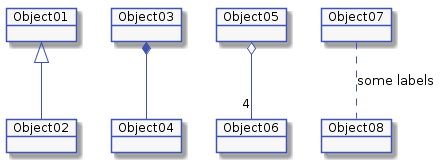
Before: docs/diagrams/out/arch-05.png, a diagram exported from PlantUML (Internet-Handel/postman). Its diagram source:
```plantuml
@startuml



skinparam activity {
    BorderColor #4053AF
    ArrowColor #4053AF
    FontName Roboto
    BackgroundColor #F7F7F7
    StartColor #4053AF
    EndColor #4053AF
}

skinparam activityDiamond {
    BorderColor #4053AF
    ArrowColor #4053AF
    FontName Roboto
    BackgroundColor #F7F7F7
}

skinparam actor {
    BorderColor #4053AF
    ArrowColor #4053AF
    FontName Roboto
    BackgroundColor #F7F7F7
}

skinparam useCase {
    BorderColor #4053AF
    ArrowColor #4053AF
    FontName Roboto
    BackgroundColor #F7F7F7
}

skinparam state {
    BorderColor #4053AF
    ArrowColor #4053AF
    FontName Roboto
    BackgroundColor #F7F7F7
}

skinparam sequence {
    ParticipantBorderColor #4053AF
    ParticipantBackgroundColor #F7F7F7
}

skinparam note {
    BorderColor #4053AF
    BackgroundColor #F7F7F7
}

skinparam object {
    BorderColor #4053AF
    BackgroundColor #F7F7F7
}


object Object01
object Object02
object Object03
object Object04
object Object05
object Object06
object Object07
object Object08

Object01 <|-- Object02
Object03 *-- Object04
Object05 o-- "4" Object06
Object07 .. Object08 : some labels
@enduml
```
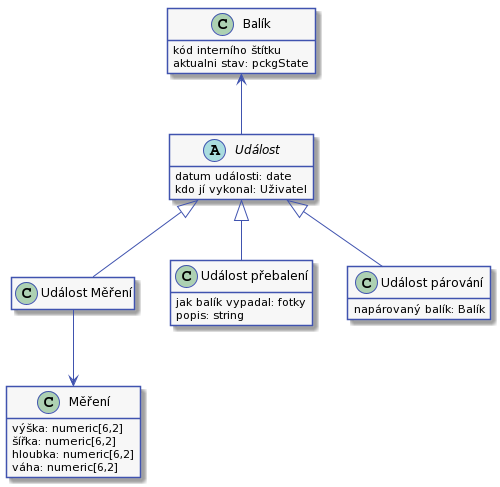
Later version of the same file.

Commit message:
popis udalosti baliku

Diff of the diagram source:
```diff
@@ -54,18 +54,54 @@
     BackgroundColor #F7F7F7
 }
 
+skinparam class {
+    BorderColor #4053AF
+    BackgroundColor #F7F7F7
+}
 
-object Object01
-object Object02
-object Object03
-object Object04
-object Object05
-object Object06
-object Object07
-object Object08
+hide empty description
+hide empty methods
+hide empty fields
 
-Object01 <|-- Object02
-Object03 *-- Object04
-Object05 o-- "4" Object06
-Object07 .. Object08 : some labels
+
+class "Balík" as pckg
+class pckg {
+    kód interního štítku
+    aktualni stav: pckgState
+}
+
+abstract class "Událost" as event
+abstract class event {
+    datum události: date
+    kdo jí vykonal: Uživatel
+}
+
+class "Událost Měření" as eventMeasurement
+class eventMeasurement {
+}
+
+class "Měření" as measurement
+class measurement {
+    výška: numeric[6,2]
+    šířka: numeric[6,2]
+    hloubka: numeric[6,2]
+    váha: numeric[6,2]
+}
+
+class "Událost přebalení" as wrapping
+class wrapping {
+    jak balík vypadal: fotky
+    popis: string
+}
+
+class "Událost párování" as duplicity
+class duplicity {
+    napárovaný balík: Balík
+}
+
+pckg <-- event
+event <|-- eventMeasurement
+event <|-- wrapping
+event <|-- duplicity
+eventMeasurement  --> measurement
 @enduml
```
